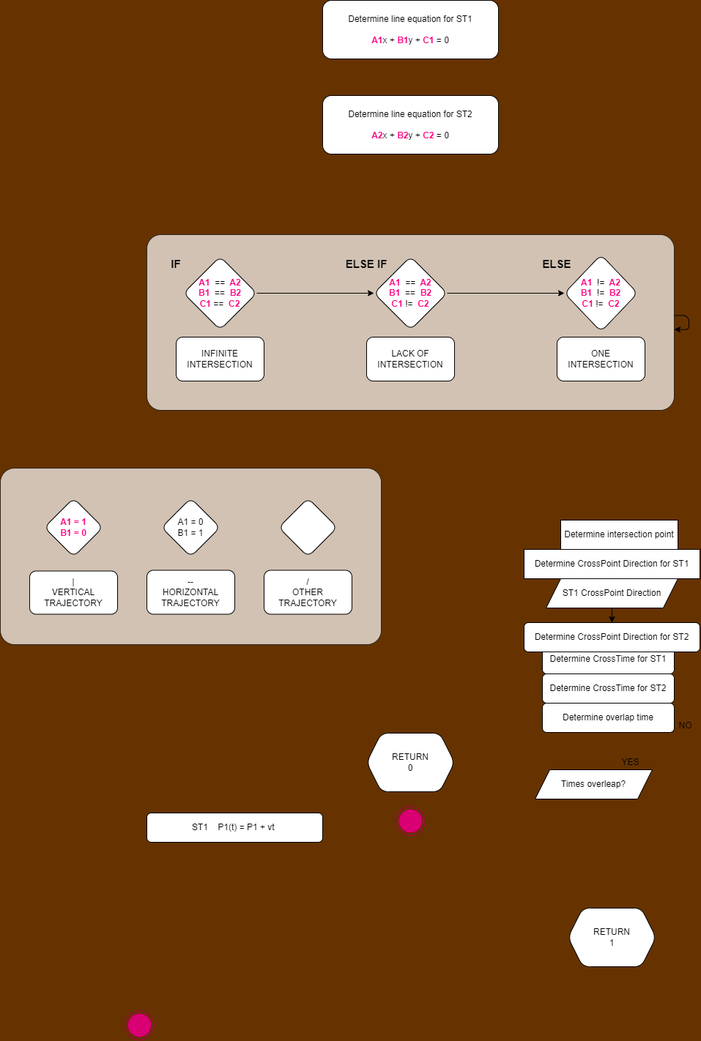
This is test.drawio.png from bajraan/MWP3_2C1---Stonogi, a draw.io export, as it was before one commit. Source tidied: cells renumbered, new cells last; positions are measured from the earlier drawing's top-left corner, leaving out a move shared by most shapes.
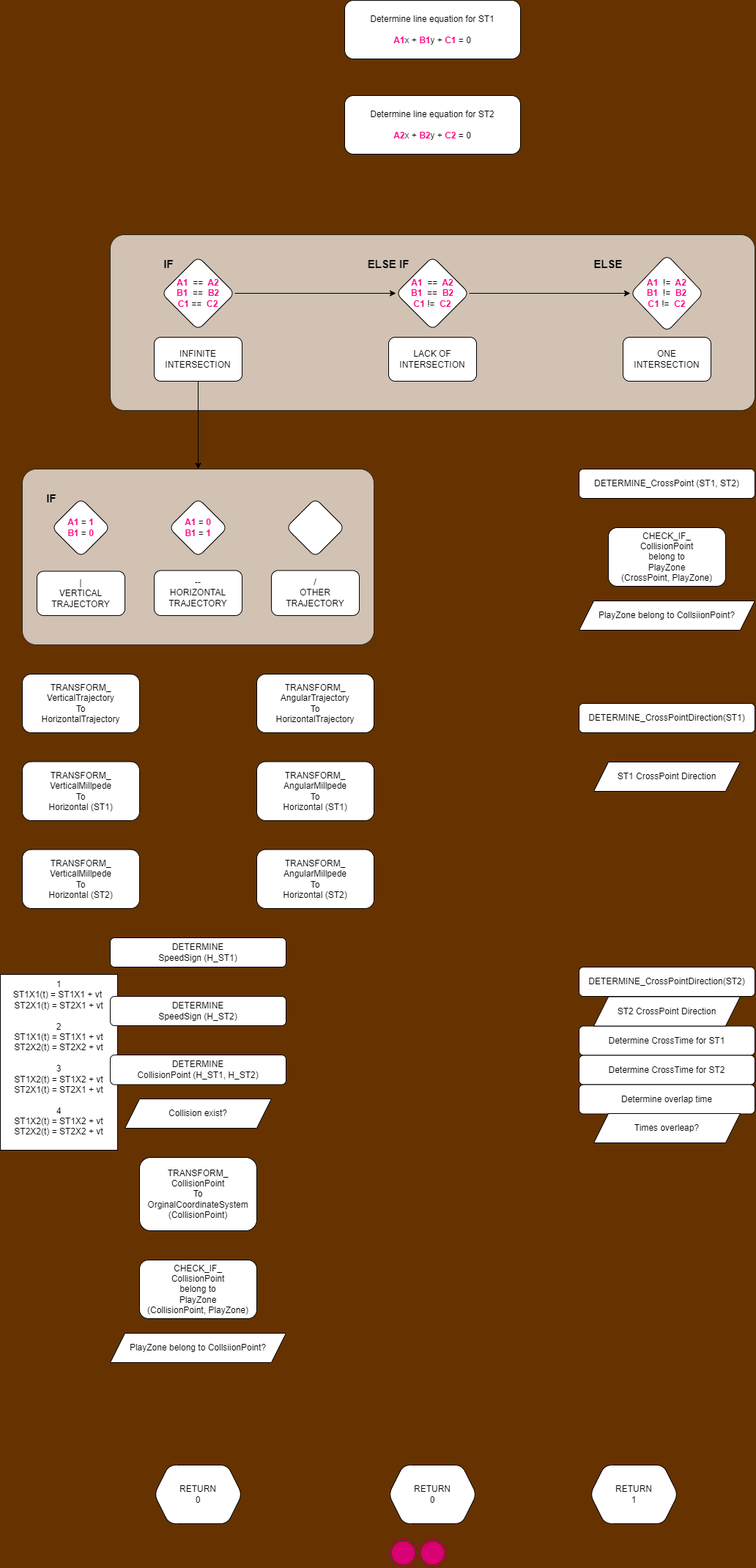
Above is the later version.

What changed in the source:
```diff
@@ -3,118 +3,163 @@
     <mxCell id="0" />
     <mxCell id="1" parent="0" />
     <mxCell id="2" style="rounded=1;whiteSpace=wrap;html=1;fontColor=#FF0080;opacity=70;strokeOpacity=100;fillOpacity=100;glass=0;sketch=0;shadow=0;arcSize=8;" parent="1" vertex="1">
-      <mxGeometry y="639" width="520" height="241" as="geometry" />
+      <mxGeometry y="-760" width="480" height="240" as="geometry" />
     </mxCell>
     <mxCell id="3" style="rounded=1;whiteSpace=wrap;html=1;fontColor=#FF0080;opacity=70;strokeOpacity=100;fillOpacity=100;glass=0;sketch=0;shadow=0;arcSize=8;" parent="1" vertex="1">
-      <mxGeometry x="200" y="320" width="720" height="240" as="geometry" />
+      <mxGeometry x="120" y="-1080" width="880" height="240" as="geometry" />
     </mxCell>
     <mxCell id="4" value="Determine line equation for ST1&lt;br&gt;&lt;br&gt;&lt;b&gt;&lt;font color=&quot;#ff0080&quot;&gt;A1&lt;/font&gt;&lt;/b&gt;x +&amp;nbsp;&lt;b&gt;&lt;font color=&quot;#ff0080&quot;&gt;B1&lt;/font&gt;&lt;/b&gt;y +&amp;nbsp;&lt;b&gt;&lt;font color=&quot;#ff0080&quot;&gt;C1&lt;/font&gt;&lt;/b&gt;&amp;nbsp;= 0" style="whiteSpace=wrap;html=1;rounded=1;" parent="1" vertex="1">
-      <mxGeometry x="440" width="240" height="80" as="geometry" />
+      <mxGeometry x="440" y="-1400" width="240" height="80" as="geometry" />
     </mxCell>
     <mxCell id="5" value="Determine line equation for ST2&lt;br&gt;&lt;br&gt;&lt;b&gt;&lt;font color=&quot;#ff0080&quot;&gt;A2&lt;/font&gt;&lt;/b&gt;x + &lt;b&gt;&lt;font color=&quot;#ff0080&quot;&gt;B2&lt;/font&gt;&lt;/b&gt;y + &lt;b&gt;&lt;font color=&quot;#ff0080&quot;&gt;C2&lt;/font&gt;&lt;/b&gt; = 0" style="whiteSpace=wrap;html=1;rounded=1;" parent="1" vertex="1">
-      <mxGeometry x="440" y="130" width="240" height="80" as="geometry" />
+      <mxGeometry x="440" y="-1270" width="240" height="80" as="geometry" />
     </mxCell>
-    <mxCell id="6" value="Determine intersection point" style="whiteSpace=wrap;html=1;rounded=0;" parent="1" vertex="1">
-      <mxGeometry x="765" y="710" width="160" height="40" as="geometry" />
+    <mxCell id="6" value="DETERMINE_CrossPoint (ST1, ST2)" style="whiteSpace=wrap;html=1;rounded=1;" parent="1" vertex="1">
+      <mxGeometry x="760" y="-760" width="240" height="40" as="geometry" />
     </mxCell>
     <mxCell id="7" value="Determine CrossTime for ST1" style="whiteSpace=wrap;html=1;rounded=1;" parent="1" vertex="1">
-      <mxGeometry x="740" y="880" width="180" height="40" as="geometry" />
+      <mxGeometry x="760" y="0.5" width="240" height="40" as="geometry" />
     </mxCell>
     <mxCell id="8" value="Determine CrossTime for ST2" style="whiteSpace=wrap;html=1;rounded=1;" parent="1" vertex="1">
-      <mxGeometry x="740" y="920" width="180" height="40" as="geometry" />
+      <mxGeometry x="760" y="40.5" width="240" height="40" as="geometry" />
     </mxCell>
     <mxCell id="9" value="Determine overlap time" style="whiteSpace=wrap;html=1;rounded=1;" parent="1" vertex="1">
-      <mxGeometry x="740" y="960" width="180" height="40" as="geometry" />
+      <mxGeometry x="760" y="80.5" width="240" height="40" as="geometry" />
     </mxCell>
     <mxCell id="10" value="RETURN&lt;br&gt;0" style="shape=hexagon;perimeter=hexagonPerimeter2;whiteSpace=wrap;html=1;fixedSize=1;rounded=1;" parent="1" vertex="1">
-      <mxGeometry x="500" y="1001" width="120" height="80" as="geometry" />
+      <mxGeometry x="500" y="600" width="120" height="80" as="geometry" />
     </mxCell>
     <mxCell id="11" value="RETURN&lt;br&gt;1" style="shape=hexagon;perimeter=hexagonPerimeter2;whiteSpace=wrap;html=1;fixedSize=1;rounded=1;" parent="1" vertex="1">
-      <mxGeometry x="775" y="1240" width="120" height="80" as="geometry" />
+      <mxGeometry x="775" y="600" width="120" height="80" as="geometry" />
     </mxCell>
-    <mxCell id="12" value="NO" style="text;html=1;align=center;verticalAlign=middle;fillColor=none;strokeColor=none;rounded=0;" parent="1" vertex="1">
-      <mxGeometry x="920" y="981" width="30" height="20" as="geometry" />
-    </mxCell>
-    <mxCell id="13" value="YES" style="text;html=1;align=center;verticalAlign=middle;fillColor=none;strokeColor=none;rounded=0;" parent="1" vertex="1">
-      <mxGeometry x="840" y="1031" width="40" height="20" as="geometry" />
-    </mxCell>
-    <mxCell id="14" value="Determine CrossPoint Direction for ST1" style="whiteSpace=wrap;html=1;rounded=0;fillColor=default;" parent="1" vertex="1">
-      <mxGeometry x="715" y="750" width="240" height="40" as="geometry" />
+    <mxCell id="14" value="DETERMINE_CrossPointDirection(ST1)" style="whiteSpace=wrap;html=1;rounded=1;fillColor=default;" parent="1" vertex="1">
+      <mxGeometry x="760" y="-440" width="240" height="40" as="geometry" />
     </mxCell>
-    <mxCell id="15" style="edgeStyle=none;html=1;entryX=0.5;entryY=0;entryDx=0;entryDy=0;" parent="1" edge="1" source="16" target="17">
-      <mxGeometry relative="1" as="geometry" />
-    </mxCell>
     <mxCell id="16" value="ST1 CrossPoint Direction" style="shape=parallelogram;perimeter=parallelogramPerimeter;whiteSpace=wrap;html=1;fixedSize=1;rounded=0;" parent="1" vertex="1">
-      <mxGeometry x="745" y="790" width="180" height="40" as="geometry" />
+      <mxGeometry x="780" y="-360" width="200" height="40" as="geometry" />
     </mxCell>
-    <mxCell id="17" value="Determine CrossPoint Direction for ST2" style="whiteSpace=wrap;html=1;rounded=1;" parent="1" vertex="1">
-      <mxGeometry x="715" y="850" width="240" height="40" as="geometry" />
+    <mxCell id="17" value="DETERMINE_CrossPointDirection(ST2)" style="whiteSpace=wrap;html=1;rounded=1;" parent="1" vertex="1">
+      <mxGeometry x="760" y="-80" width="240" height="40" as="geometry" />
     </mxCell>
     <mxCell id="18" value="Times overleap?" style="shape=parallelogram;perimeter=parallelogramPerimeter;whiteSpace=wrap;html=1;fixedSize=1;rounded=0;size=20;" parent="1" vertex="1">
-      <mxGeometry x="730" y="1051" width="160" height="40" as="geometry" />
+      <mxGeometry x="780" y="120" width="200" height="40" as="geometry" />
     </mxCell>
-    <mxCell id="19" style="edgeStyle=none;html=1;fontSize=15;" parent="1" edge="1" source="3" target="3">
-      <mxGeometry relative="1" as="geometry" />
-    </mxCell>
     <mxCell id="20" style="edgeStyle=none;html=1;entryX=0;entryY=0.5;entryDx=0;entryDy=0;fontSize=15;" parent="1" edge="1" source="21" target="23">
       <mxGeometry relative="1" as="geometry" />
     </mxCell>
     <mxCell id="21" value="&lt;b&gt;&lt;font color=&quot;#ff0080&quot;&gt;A1&amp;nbsp;&amp;nbsp;&lt;/font&gt;&lt;/b&gt;==&amp;nbsp;&lt;b&gt;&lt;font color=&quot;#ff0080&quot;&gt;&amp;nbsp;A2&lt;br&gt;B1&amp;nbsp;&amp;nbsp;&lt;/font&gt;&lt;/b&gt;==&amp;nbsp;&lt;b&gt;&lt;font color=&quot;#ff0080&quot;&gt;&amp;nbsp;B2&lt;br&gt;C1&amp;nbsp;&lt;/font&gt;&lt;/b&gt;==&amp;nbsp;&lt;b&gt;&lt;font color=&quot;#ff0080&quot;&gt;&amp;nbsp;C2&lt;/font&gt;&lt;/b&gt;" style="shape=rhombus;perimeter=trapezoidPerimeter;whiteSpace=wrap;html=1;fixedSize=1;size=-40;&#10;rounded=1;rounded=1;" parent="1" vertex="1">
-      <mxGeometry x="250" y="350" width="100" height="100" as="geometry" />
+      <mxGeometry x="190" y="-1050" width="100" height="100" as="geometry" />
     </mxCell>
     <mxCell id="22" style="edgeStyle=none;html=1;entryX=0;entryY=0.5;entryDx=0;entryDy=0;fontSize=15;" parent="1" edge="1" source="23" target="24">
       <mxGeometry relative="1" as="geometry" />
     </mxCell>
     <mxCell id="23" value="&lt;b&gt;&lt;font color=&quot;#ff0080&quot;&gt;A1&amp;nbsp;&amp;nbsp;&lt;/font&gt;&lt;/b&gt;==&amp;nbsp;&lt;b&gt;&lt;font color=&quot;#ff0080&quot;&gt;&amp;nbsp;A2&lt;br&gt;B1&amp;nbsp;&amp;nbsp;&lt;/font&gt;&lt;/b&gt;==&amp;nbsp;&lt;b&gt;&lt;font color=&quot;#ff0080&quot;&gt;&amp;nbsp;B2&lt;br&gt;C1 &lt;/font&gt;&lt;/b&gt;!=&amp;nbsp;&lt;b&gt;&lt;font color=&quot;#ff0080&quot;&gt;&amp;nbsp;C2&lt;/font&gt;&lt;/b&gt;" style="shape=rhombus;rounded=1;whiteSpace=wrap;html=1;fixedSize=1;" parent="1" vertex="1">
-      <mxGeometry x="510" y="350" width="100" height="100" as="geometry" />
+      <mxGeometry x="510" y="-1050" width="100" height="100" as="geometry" />
     </mxCell>
     <mxCell id="24" value="&lt;b&gt;&lt;font color=&quot;#ff0080&quot;&gt;A1&amp;nbsp; &lt;/font&gt;&lt;/b&gt;!=&amp;nbsp;&lt;b&gt;&lt;font color=&quot;#ff0080&quot;&gt;&amp;nbsp;A2&lt;br&gt;B1&amp;nbsp;&amp;nbsp;&lt;/font&gt;&lt;/b&gt;!=&amp;nbsp;&lt;b&gt;&lt;font color=&quot;#ff0080&quot;&gt;&amp;nbsp;B2&lt;br&gt;C1&amp;nbsp;&lt;/font&gt;&lt;/b&gt;!=&amp;nbsp;&lt;b&gt;&lt;font color=&quot;#ff0080&quot;&gt;&amp;nbsp;C2&lt;/font&gt;&lt;/b&gt;" style="rhombus;rounded=1;whiteSpace=wrap;html=1;fixedSize=1;" parent="1" vertex="1">
-      <mxGeometry x="770" y="347.5" width="100" height="105" as="geometry" />
+      <mxGeometry x="830" y="-1052.5" width="100" height="105" as="geometry" />
     </mxCell>
+    <mxCell id="40" style="edgeStyle=none;html=1;entryX=0.5;entryY=0;entryDx=0;entryDy=0;" parent="1" edge="1" source="25" target="2">
+      <mxGeometry relative="1" as="geometry" />
+    </mxCell>
     <mxCell id="25" value="INFINITE INTERSECTION" style="rounded=1;whiteSpace=wrap;html=1;" parent="1" vertex="1">
-      <mxGeometry x="240" y="460" width="120" height="60" as="geometry" />
+      <mxGeometry x="180" y="-940" width="120" height="60" as="geometry" />
     </mxCell>
     <mxCell id="26" value="ONE INTERSECTION" style="rounded=1;whiteSpace=wrap;html=1;" parent="1" vertex="1">
-      <mxGeometry x="760" y="460" width="120" height="60" as="geometry" />
+      <mxGeometry x="820" y="-940" width="120" height="60" as="geometry" />
     </mxCell>
     <mxCell id="27" value="LACK OF INTERSECTION" style="rounded=1;whiteSpace=wrap;html=1;" parent="1" vertex="1">
-      <mxGeometry x="500" y="460" width="120" height="60" as="geometry" />
+      <mxGeometry x="500" y="-940" width="120" height="60" as="geometry" />
     </mxCell>
-    <mxCell id="28" value="ST1&amp;nbsp; &amp;nbsp; P1(t) = P1 + vt&amp;nbsp;" style="whiteSpace=wrap;html=1;rounded=1;" parent="1" vertex="1">
-      <mxGeometry x="200" y="1110" width="240" height="40" as="geometry" />
+    <mxCell id="28" value="1&lt;br&gt;ST1X1(t) = ST1X1 + vt&amp;nbsp;&lt;br&gt;ST2X1(t) = ST2X1 + vt&lt;br&gt;&lt;br&gt;2&lt;br&gt;ST1X1(t) = ST1X1 + vt&lt;br&gt;ST2X2(t) = ST2X2 + vt&lt;br&gt;&lt;br&gt;3&lt;br&gt;ST1X2(t) = ST1X2 + vt&lt;br&gt;ST2X1(t) = ST2X1 + vt&lt;br&gt;&lt;br&gt;4&lt;br&gt;ST1X2(t) = ST1X2 + vt&lt;br&gt;ST2X2(t) = ST2X2 + vt" style="whiteSpace=wrap;html=1;rounded=0;verticalAlign=top;" parent="1" vertex="1">
+      <mxGeometry x="-30" y="-70" width="160" height="240" as="geometry" />
     </mxCell>
     <mxCell id="29" value="|&lt;br&gt;VERTICAL TRAJECTORY" style="shape=rectangular;perimeter=hexagonPerimeter2;whiteSpace=wrap;html=1;fixedSize=1;sketch=0;rounded=1;" parent="1" vertex="1">
-      <mxGeometry x="40" y="779.5" width="120" height="59" as="geometry" />
+      <mxGeometry x="20" y="-620.5" width="120" height="60.5" as="geometry" />
     </mxCell>
     <mxCell id="30" value="--&lt;br&gt;HORIZONTAL TRAJECTORY" style="shape=rectangular;perimeter=hexagonPerimeter2;whiteSpace=wrap;html=1;fixedSize=1;sketch=0;rounded=1;" parent="1" vertex="1">
-      <mxGeometry x="200" y="778.5" width="120" height="60" as="geometry" />
+      <mxGeometry x="180" y="-621.5" width="120" height="61.5" as="geometry" />
     </mxCell>
     <mxCell id="31" value="/&lt;br&gt;OTHER TRAJECTORY" style="shape=rectangular;perimeter=hexagonPerimeter2;whiteSpace=wrap;html=1;fixedSize=1;sketch=0;rounded=1;" parent="1" vertex="1">
-      <mxGeometry x="360" y="778.5" width="120" height="60" as="geometry" />
+      <mxGeometry x="340" y="-621.5" width="120" height="61.5" as="geometry" />
     </mxCell>
-    <mxCell id="32" value="&lt;b&gt;&lt;font color=&quot;#ff0080&quot;&gt;A1 = 1&lt;br&gt;B1 = 0&lt;/font&gt;&lt;/b&gt;" style="rhombus;whiteSpace=wrap;html=1;direction=south;rounded=1;" parent="1" vertex="1">
-      <mxGeometry x="60" y="680" width="80" height="80" as="geometry" />
+    <mxCell id="32" value="&lt;div&gt;&lt;b&gt;&lt;font color=&quot;#ff0080&quot;&gt;A1&amp;nbsp;&lt;/font&gt;&lt;/b&gt;&lt;span&gt;=&amp;nbsp;&lt;/span&gt;&lt;b&gt;&lt;font color=&quot;#ff0080&quot;&gt;1&lt;/font&gt;&lt;/b&gt;&lt;/div&gt;&lt;b&gt;&lt;div&gt;&lt;b&gt;&lt;font color=&quot;#ff0080&quot;&gt;B1&amp;nbsp;&lt;/font&gt;&lt;/b&gt;&lt;span style=&quot;font-weight: normal&quot;&gt;=&lt;/span&gt;&lt;b&gt;&lt;font color=&quot;#ff0080&quot;&gt;&amp;nbsp;0&lt;/font&gt;&lt;/b&gt;&lt;/div&gt;&lt;/b&gt;" style="rhombus;whiteSpace=wrap;html=1;direction=south;rounded=1;align=center;" parent="1" vertex="1">
+      <mxGeometry x="40" y="-720" width="80" height="80" as="geometry" />
     </mxCell>
-    <mxCell id="33" value="&lt;span&gt;A1 = 0&lt;/span&gt;&lt;br&gt;&lt;span&gt;B1 = 1&lt;/span&gt;" style="rhombus;whiteSpace=wrap;html=1;rounded=1;" parent="1" vertex="1">
-      <mxGeometry x="220" y="680" width="80" height="80" as="geometry" />
+    <mxCell id="33" value="&lt;font color=&quot;#ff0080&quot;&gt;&lt;b&gt;A1&amp;nbsp;&lt;/b&gt;&lt;/font&gt;=&lt;font color=&quot;#ff0080&quot;&gt;&lt;b&gt;&amp;nbsp;0&lt;/b&gt;&lt;br&gt;&lt;b&gt;B1&amp;nbsp;&lt;/b&gt;&lt;/font&gt;=&amp;nbsp;&lt;font color=&quot;#ff0080&quot;&gt;&lt;b&gt;1&lt;/b&gt;&lt;/font&gt;" style="rhombus;whiteSpace=wrap;html=1;rounded=1;" parent="1" vertex="1">
+      <mxGeometry x="200" y="-720" width="80" height="80" as="geometry" />
     </mxCell>
     <mxCell id="34" style="rhombus;whiteSpace=wrap;html=1;rounded=1;" parent="1" vertex="1">
-      <mxGeometry x="380" y="680" width="80" height="80" as="geometry" />
+      <mxGeometry x="360" y="-720" width="80" height="80" as="geometry" />
     </mxCell>
     <mxCell id="35" style="ellipse;html=1;shape=endState;fillColor=#d80073;strokeColor=#A50040;fontColor=#ffffff;" parent="1" vertex="1">
-      <mxGeometry x="170" y="1380" width="40" height="40" as="geometry" />
+      <mxGeometry x="500" y="700" width="40" height="40" as="geometry" />
     </mxCell>
     <mxCell id="36" style="ellipse;html=1;shape=endState;fillColor=#d80073;strokeColor=#A50040;fontColor=#ffffff;" parent="1" vertex="1">
-      <mxGeometry x="540" y="1101" width="40" height="40" as="geometry" />
+      <mxGeometry x="540" y="700" width="40" height="40" as="geometry" />
     </mxCell>
     <mxCell id="37" value="&lt;b&gt;&lt;font style=&quot;font-size: 15px&quot;&gt;IF&lt;/font&gt;&lt;/b&gt;" style="text;html=1;strokeColor=none;fillColor=none;align=center;verticalAlign=middle;whiteSpace=wrap;rounded=0;" parent="1" vertex="1">
-      <mxGeometry x="200" y="340" width="80" height="40" as="geometry" />
+      <mxGeometry x="160" y="-1060" width="80" height="40" as="geometry" />
     </mxCell>
     <mxCell id="38" value="&lt;b&gt;&lt;font style=&quot;font-size: 15px&quot;&gt;ELSE IF&lt;/font&gt;&lt;/b&gt;" style="text;html=1;strokeColor=none;fillColor=none;align=center;verticalAlign=middle;whiteSpace=wrap;rounded=0;" parent="1" vertex="1">
-      <mxGeometry x="460" y="340" width="80" height="40" as="geometry" />
+      <mxGeometry x="460" y="-1060" width="80" height="40" as="geometry" />
     </mxCell>
     <mxCell id="39" value="&lt;span style=&quot;font-size: 15px&quot;&gt;&lt;b&gt;ELSE&lt;/b&gt;&lt;/span&gt;" style="text;html=1;strokeColor=none;fillColor=none;align=center;verticalAlign=middle;whiteSpace=wrap;rounded=0;" parent="1" vertex="1">
-      <mxGeometry x="720" y="340" width="80" height="40" as="geometry" />
+      <mxGeometry x="760" y="-1060" width="80" height="40" as="geometry" />
     </mxCell>
+    <mxCell id="41" value="&lt;b&gt;&lt;font style=&quot;font-size: 15px&quot;&gt;IF&lt;/font&gt;&lt;/b&gt;" style="text;html=1;strokeColor=none;fillColor=none;align=center;verticalAlign=middle;whiteSpace=wrap;rounded=0;" parent="1" vertex="1">
+      <mxGeometry y="-740" width="80" height="40" as="geometry" />
+    </mxCell>
+    <mxCell id="42" value="DETERMINE&lt;br&gt;SpeedSign (H_ST1)" style="whiteSpace=wrap;html=1;rounded=1;" parent="1" vertex="1">
+      <mxGeometry x="120" y="-120" width="240" height="40" as="geometry" />
+    </mxCell>
+    <mxCell id="43" value="DETERMINE&lt;br&gt;CollisionPoint (H_ST1, H_ST2)" style="whiteSpace=wrap;html=1;rounded=1;" parent="1" vertex="1">
+      <mxGeometry x="120" y="40" width="240" height="40.5" as="geometry" />
+    </mxCell>
+    <mxCell id="44" value="Collision exist?" style="shape=parallelogram;perimeter=parallelogramPerimeter;whiteSpace=wrap;html=1;fixedSize=1;" parent="1" vertex="1">
+      <mxGeometry x="140" y="100" width="200" height="40" as="geometry" />
+    </mxCell>
+    <mxCell id="45" value="TRANSFORM_&lt;br&gt;CollisionPoint&lt;br&gt;To&lt;br&gt;OrginalCoordinateSystem (CollisionPoint)" style="whiteSpace=wrap;html=1;rounded=1;" parent="1" vertex="1">
+      <mxGeometry x="160" y="180" width="160" height="100" as="geometry" />
+    </mxCell>
+    <mxCell id="46" value="CHECK_IF_&lt;br&gt;CollisionPoint&lt;br&gt;belong to&lt;br&gt;PlayZone&lt;br&gt;(CollisionPoint, PlayZone)" style="whiteSpace=wrap;html=1;rounded=1;" parent="1" vertex="1">
+      <mxGeometry x="160" y="320" width="160" height="80" as="geometry" />
+    </mxCell>
+    <mxCell id="47" value="PlayZone belong to CollsiionPoint?" style="shape=parallelogram;perimeter=parallelogramPerimeter;whiteSpace=wrap;html=1;fixedSize=1;" parent="1" vertex="1">
+      <mxGeometry x="120" y="420" width="240" height="40" as="geometry" />
+    </mxCell>
+    <mxCell id="48" value="RETURN&lt;br&gt;0" style="shape=hexagon;perimeter=hexagonPerimeter2;whiteSpace=wrap;html=1;fixedSize=1;rounded=1;" parent="1" vertex="1">
+      <mxGeometry x="180" y="600" width="120" height="80" as="geometry" />
+    </mxCell>
+    <mxCell id="49" value="ST2 CrossPoint Direction" style="shape=parallelogram;perimeter=parallelogramPerimeter;whiteSpace=wrap;html=1;fixedSize=1;rounded=0;" parent="1" vertex="1">
+      <mxGeometry x="780" y="-39.5" width="200" height="40" as="geometry" />
+    </mxCell>
+    <mxCell id="50" value="TRANSFORM_&lt;br&gt;VerticalMillpede&lt;br&gt;To&lt;br&gt;Horizontal (ST1)" style="whiteSpace=wrap;html=1;rounded=1;" parent="1" vertex="1">
+      <mxGeometry y="-360.5" width="160" height="80.5" as="geometry" />
+    </mxCell>
+    <mxCell id="51" value="TRANSFORM_&lt;br&gt;VerticalTrajectory&lt;br&gt;To&lt;br&gt;HorizontalTrajectory" style="whiteSpace=wrap;html=1;rounded=1;verticalAlign=middle;" parent="1" vertex="1">
+      <mxGeometry y="-480" width="160" height="80" as="geometry" />
+    </mxCell>
+    <mxCell id="52" value="TRANSFORM_&lt;br&gt;VerticalMillpede&lt;br&gt;To&lt;br&gt;Horizontal (ST2)" style="whiteSpace=wrap;html=1;rounded=1;" parent="1" vertex="1">
+      <mxGeometry y="-240.5" width="160" height="80.5" as="geometry" />
+    </mxCell>
+    <mxCell id="53" value="TRANSFORM_&lt;br&gt;AngularMillpede&lt;br&gt;To&lt;br&gt;Horizontal (ST1)" style="whiteSpace=wrap;html=1;rounded=1;" parent="1" vertex="1">
+      <mxGeometry x="320" y="-360.5" width="160" height="80.5" as="geometry" />
+    </mxCell>
+    <mxCell id="54" value="TRANSFORM_&lt;br&gt;AngularTrajectory&lt;br&gt;To&lt;br&gt;HorizontalTrajectory" style="whiteSpace=wrap;html=1;rounded=1;verticalAlign=middle;" parent="1" vertex="1">
+      <mxGeometry x="320" y="-480" width="160" height="80" as="geometry" />
+    </mxCell>
+    <mxCell id="55" value="TRANSFORM_&lt;br&gt;AngularMillpede&lt;br&gt;To&lt;br&gt;Horizontal (ST2)" style="whiteSpace=wrap;html=1;rounded=1;" parent="1" vertex="1">
+      <mxGeometry x="320" y="-240.5" width="160" height="80.5" as="geometry" />
+    </mxCell>
+    <mxCell id="56" value="DETERMINE&lt;br&gt;SpeedSign (H_ST2)" style="whiteSpace=wrap;html=1;rounded=1;" parent="1" vertex="1">
+      <mxGeometry x="120" y="-40" width="240" height="40" as="geometry" />
+    </mxCell>
+    <mxCell id="57" value="CHECK_IF_&lt;br&gt;CollisionPoint&lt;br&gt;belong to&lt;br&gt;PlayZone&lt;br&gt;(CrossPoint, PlayZone)" style="whiteSpace=wrap;html=1;rounded=1;" parent="1" vertex="1">
+      <mxGeometry x="800" y="-680" width="160" height="80" as="geometry" />
+    </mxCell>
+    <mxCell id="58" value="PlayZone belong to CollsiionPoint?" style="shape=parallelogram;perimeter=parallelogramPerimeter;whiteSpace=wrap;html=1;fixedSize=1;" parent="1" vertex="1">
+      <mxGeometry x="760" y="-580" width="240" height="40" as="geometry" />
+    </mxCell>
   </root>
 </mxGraphModel>
```
